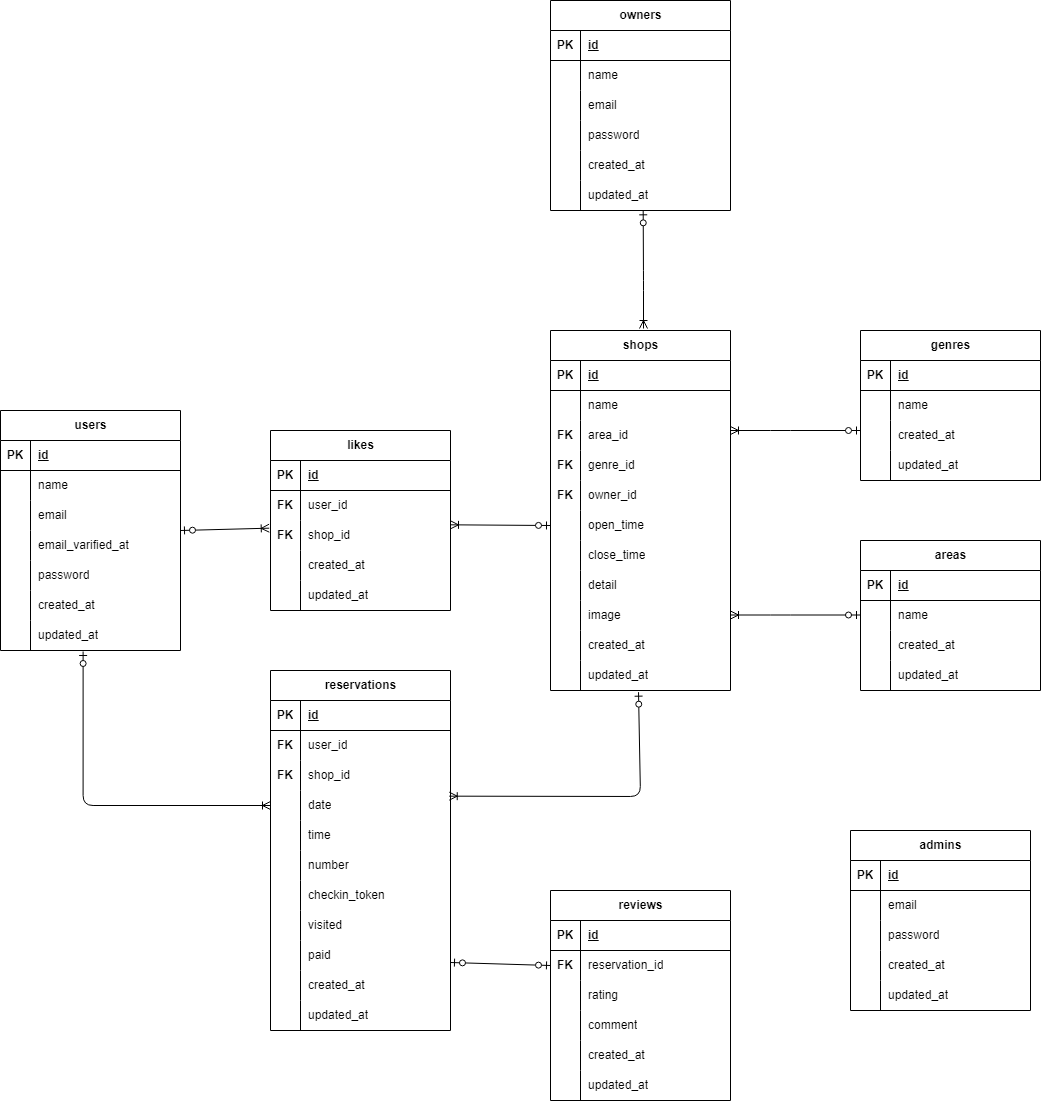
This is rese-er.drawio.png from nyanyamarusan/rese, a draw.io export, as it was before one commit. Source tidied: cells renumbered, new cells last; positions are measured from the earlier drawing's top-left corner, leaving out a move shared by most shapes.
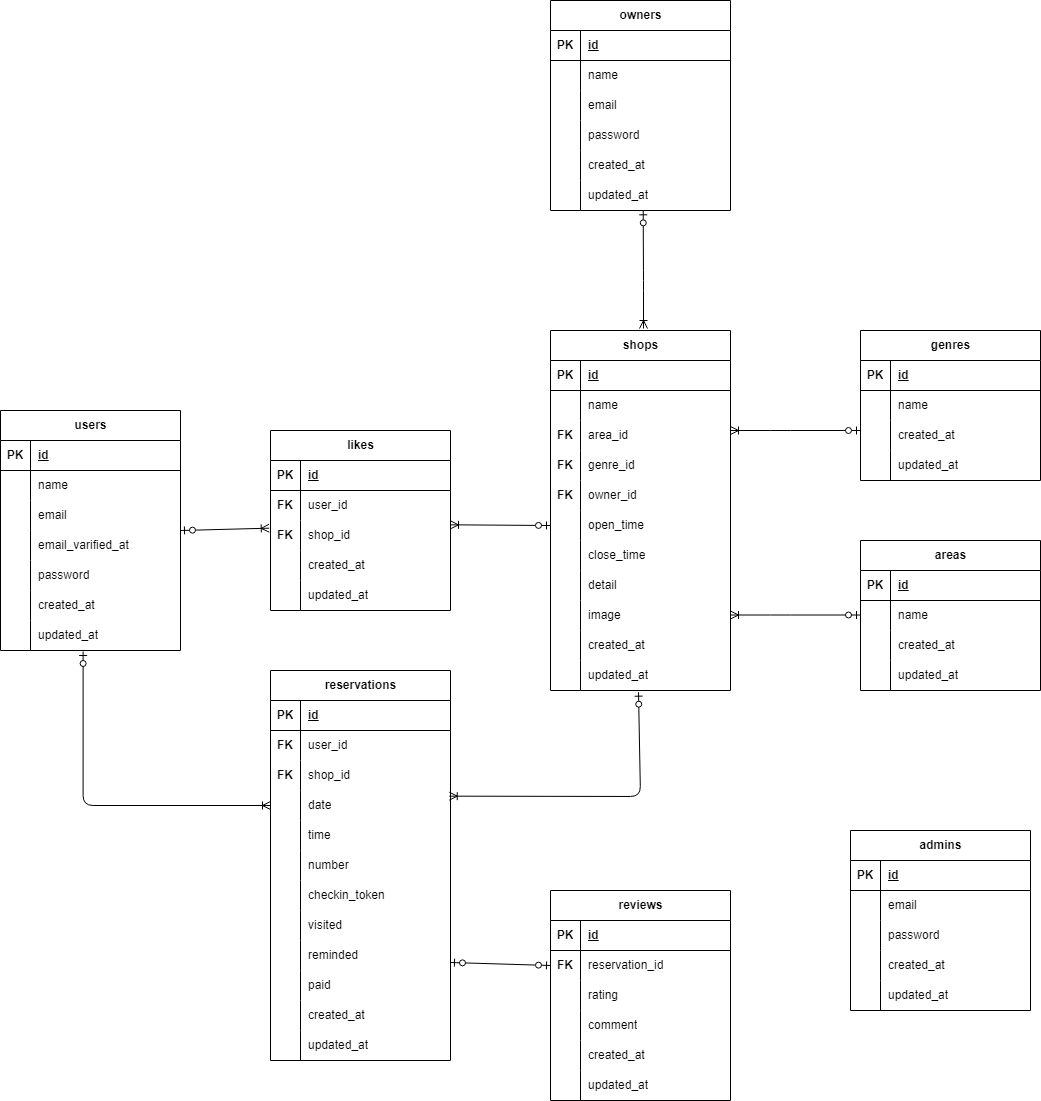
After the change.

The edit, as a diff of the source:
```diff
@@ -219,7 +219,7 @@
       <mxGeometry x="30" width="150" height="30" as="geometry" />
     </mxCell>
     <mxCell id="74" value="reservations" style="shape=table;startSize=30;rowLines=0;fontStyle=1;align=center;html=1;" parent="1" vertex="1">
-      <mxGeometry x="270" y="670" width="180" height="360" as="geometry" />
+      <mxGeometry x="270" y="670" width="180" height="390" as="geometry" />
     </mxCell>
     <mxCell id="75" style="shape=tableRow;horizontal=0;startSize=0;swimlaneHead=0;swimlaneBody=0;fillColor=none;top=0;left=0;right=0;bottom=1;" parent="74" vertex="1">
       <mxGeometry y="30" width="180" height="30" as="geometry" />
@@ -293,8 +293,17 @@
     <mxCell id="98" value="visited" style="shape=partialRectangle;fillColor=none;top=0;left=0;bottom=0;right=0;align=left;spacingLeft=6;overflow=hidden;whiteSpace=wrap;html=1;" parent="96" vertex="1">
       <mxGeometry x="30" width="150" height="30" as="geometry" />
     </mxCell>
+    <mxCell id="196" style="shape=tableRow;horizontal=0;startSize=0;swimlaneHead=0;swimlaneBody=0;fillColor=none;top=0;left=0;right=0;bottom=0;" parent="74" vertex="1">
+      <mxGeometry y="270" width="180" height="30" as="geometry" />
+    </mxCell>
+    <mxCell id="197" style="shape=partialRectangle;fillColor=none;top=0;left=0;bottom=0;right=0;overflow=hidden;whiteSpace=wrap;html=1;" parent="196" vertex="1">
+      <mxGeometry width="30" height="30" as="geometry" />
+    </mxCell>
+    <mxCell id="198" value="reminded" style="shape=partialRectangle;fillColor=none;top=0;left=0;bottom=0;right=0;align=left;spacingLeft=6;overflow=hidden;whiteSpace=wrap;html=1;" parent="196" vertex="1">
+      <mxGeometry x="30" width="150" height="30" as="geometry" />
+    </mxCell>
     <mxCell id="99" style="shape=tableRow;horizontal=0;startSize=0;swimlaneHead=0;swimlaneBody=0;fillColor=none;top=0;left=0;right=0;bottom=0;" parent="74" vertex="1">
-      <mxGeometry y="270" width="180" height="30" as="geometry" />
+      <mxGeometry y="300" width="180" height="30" as="geometry" />
     </mxCell>
     <mxCell id="100" style="shape=partialRectangle;fillColor=none;top=0;left=0;bottom=0;right=0;overflow=hidden;whiteSpace=wrap;html=1;" parent="99" vertex="1">
       <mxGeometry width="30" height="30" as="geometry" />
@@ -303,7 +312,7 @@
       <mxGeometry x="30" width="150" height="30" as="geometry" />
     </mxCell>
     <mxCell id="102" style="shape=tableRow;horizontal=0;startSize=0;swimlaneHead=0;swimlaneBody=0;fillColor=none;top=0;left=0;right=0;bottom=0;" parent="74" vertex="1">
-      <mxGeometry y="300" width="180" height="30" as="geometry" />
+      <mxGeometry y="330" width="180" height="30" as="geometry" />
     </mxCell>
     <mxCell id="103" style="shape=partialRectangle;fillColor=none;top=0;left=0;bottom=0;right=0;overflow=hidden;whiteSpace=wrap;html=1;" parent="102" vertex="1">
       <mxGeometry width="30" height="30" as="geometry" />
@@ -312,7 +321,7 @@
       <mxGeometry x="30" width="150" height="30" as="geometry" />
     </mxCell>
     <mxCell id="105" style="shape=tableRow;horizontal=0;startSize=0;swimlaneHead=0;swimlaneBody=0;fillColor=none;top=0;left=0;right=0;bottom=0;" parent="74" vertex="1">
-      <mxGeometry y="330" width="180" height="30" as="geometry" />
+      <mxGeometry y="360" width="180" height="30" as="geometry" />
     </mxCell>
     <mxCell id="106" style="shape=partialRectangle;fillColor=none;top=0;left=0;bottom=0;right=0;overflow=hidden;whiteSpace=wrap;html=1;" parent="105" vertex="1">
       <mxGeometry width="30" height="30" as="geometry" />
```
